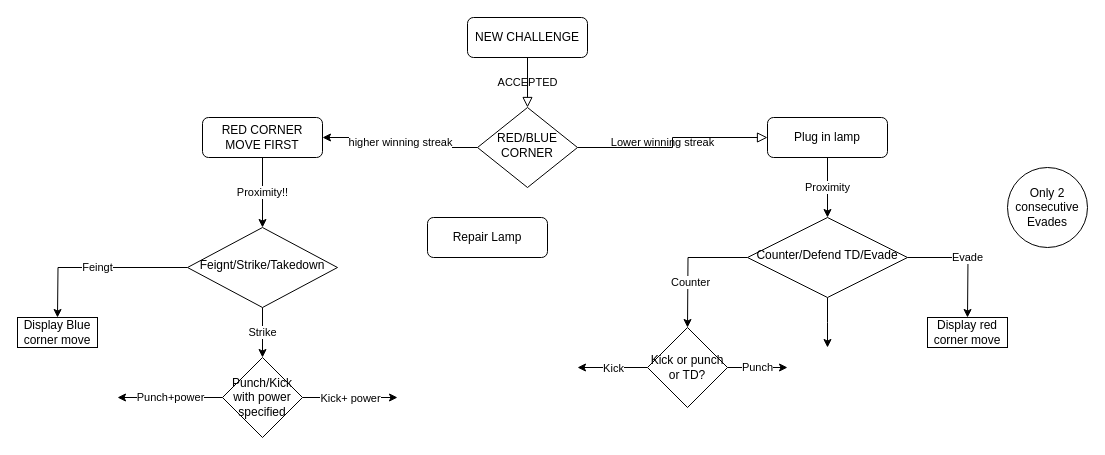
Elijaboi/F-ranker2 keeps this draw.io diagram as Untitled Diagram.drawio. Above is the earlier version. Source tidied: cells renumbered, new cells numbered last; positions are measured from the earlier drawing's top-left corner, leaving out a move shared by most shapes. Both pictures are drawn from the tidied source at 100%, with x=0, y=0 at pixel (17, 17).
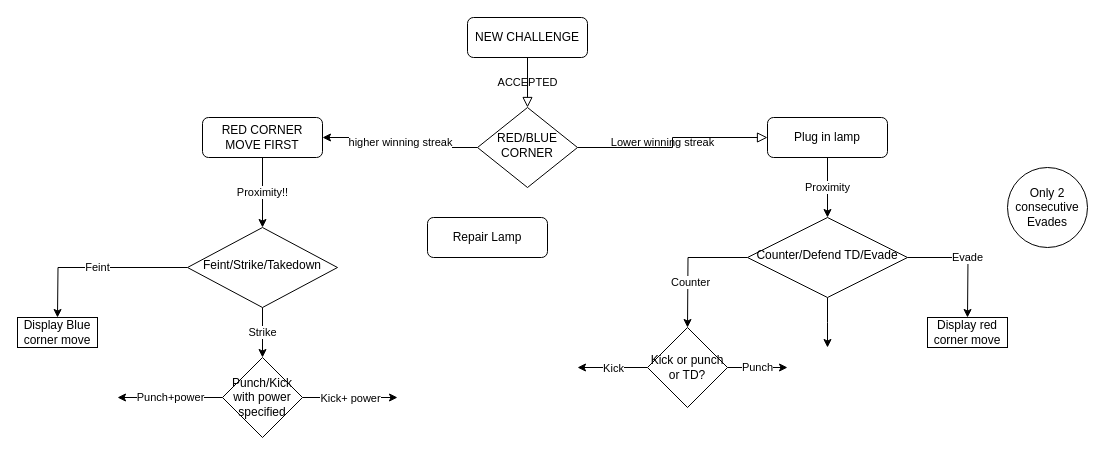
After the change.

What changed in the source:
```diff
@@
-    <mxCell id="17" value="Feingt" style="edgeStyle=orthogonalEdgeStyle;rounded=0;jettySize=auto;html=1;" parent="1" edge="1" source="19">
+    <mxCell id="17" value="Feint" style="edgeStyle=orthogonalEdgeStyle;rounded=0;jettySize=auto;html=1;" parent="1" edge="1" source="19">
       <mxGeometry relative="1" as="geometry">
         <mxPoint x="40" y="300" as="targetPoint" />
       </mxGeometry>
     </mxCell>
@@
-    <mxCell id="19" value="Feignt/Strike/Takedown" style="rhombus;whiteSpace=wrap;html=1;shadow=0;fontFamily=Helvetica;fontSize=12;align=center;strokeWidth=1;spacing=6;spacingTop=-4;" parent="1" vertex="1">
+    <mxCell id="19" value="Feint/Strike/Takedown" style="rhombus;whiteSpace=wrap;html=1;shadow=0;fontFamily=Helvetica;fontSize=12;align=center;strokeWidth=1;spacing=6;spacingTop=-4;" parent="1" vertex="1">
       <mxGeometry x="170" y="210" width="150" height="80" as="geometry" />
     </mxCell>
```
